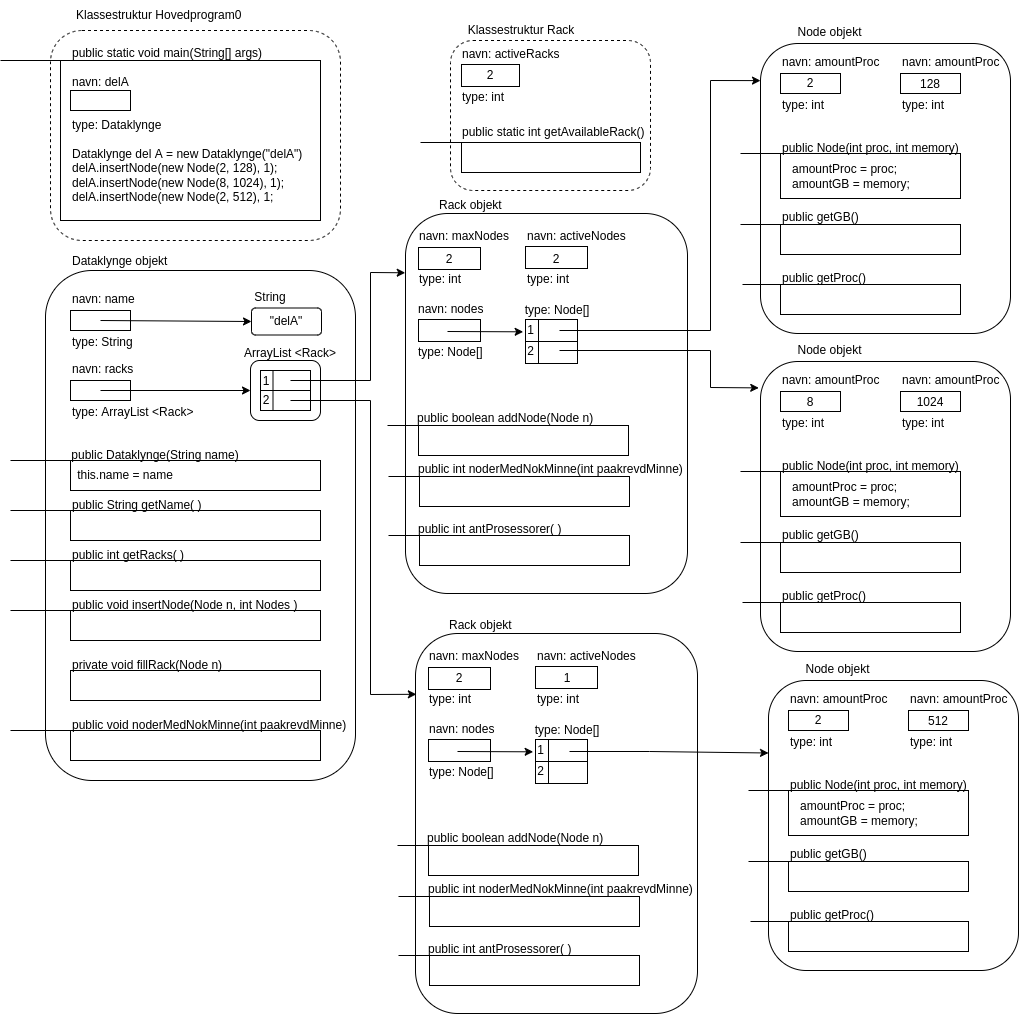
The draw.io diagram assignments/assignment-1/delA_assignment-1.drawio.png in D49ll/IN1010, before a commit. Source tidied: cells renumbered, new cells last; positions are measured from the earlier drawing's top-left corner, leaving out a move shared by most shapes.
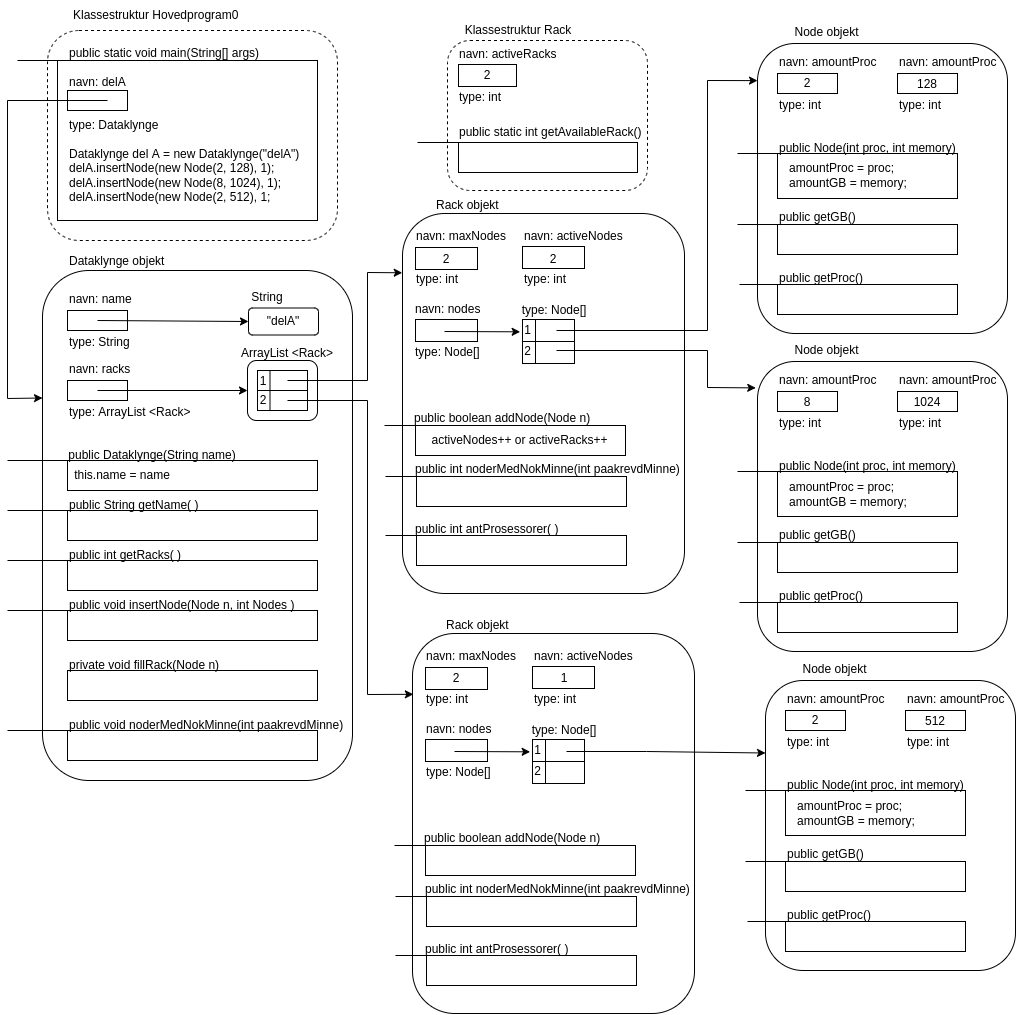
The same file after the commit.

Diff of the diagram source:
```diff
@@ -102,6 +102,9 @@
     <mxCell id="29" value="2" style="text;html=1;strokeColor=none;fillColor=none;align=center;verticalAlign=middle;whiteSpace=wrap;rounded=0;" parent="2" vertex="1">
       <mxGeometry x="32" y="60" width="60" height="18" as="geometry" />
     </mxCell>
+    <mxCell id="172" value="activeNodes++ or activeRacks++" style="text;html=1;strokeColor=none;fillColor=none;align=center;verticalAlign=middle;whiteSpace=wrap;rounded=0;" parent="2" vertex="1">
+      <mxGeometry x="31" y="235" width="209" height="30" as="geometry" />
+    </mxCell>
     <mxCell id="30" style="rounded=1;whiteSpace=wrap;html=1;fillColor=none;" parent="1" vertex="1">
       <mxGeometry x="45" y="270" width="310" height="510" as="geometry" />
     </mxCell>
@@ -448,7 +451,7 @@
     </mxCell>
     <mxCell id="129" style="endArrow=none;html=1;rounded=0;entryX=0;entryY=0;entryDx=0;entryDy=0;" parent="1" edge="1" target="128">
       <mxGeometry relative="1" as="geometry">
-        <mxPoint y="60" as="sourcePoint" />
+        <mxPoint x="20" y="60" as="sourcePoint" />
       </mxGeometry>
     </mxCell>
     <mxCell id="130" style="rounded=1;whiteSpace=wrap;html=1;fillColor=none;dashed=1;" parent="1" vertex="1">
@@ -604,5 +607,14 @@
     <mxCell id="171" style="rounded=0;whiteSpace=wrap;html=1;fillColor=none;" parent="1" vertex="1">
       <mxGeometry x="70" y="310" width="60" height="20" as="geometry" />
     </mxCell>
+    <mxCell id="173" style="endArrow=classic;html=1;rounded=0;entryX=0;entryY=0.25;entryDx=0;entryDy=0;" parent="1" edge="1" target="30">
+      <mxGeometry relative="1" as="geometry">
+        <mxPoint x="110" y="100" as="sourcePoint" />
+        <Array as="points">
+          <mxPoint x="10" y="100" />
+          <mxPoint x="10" y="398" />
+        </Array>
+      </mxGeometry>
+    </mxCell>
   </root>
 </mxGraphModel>
```
